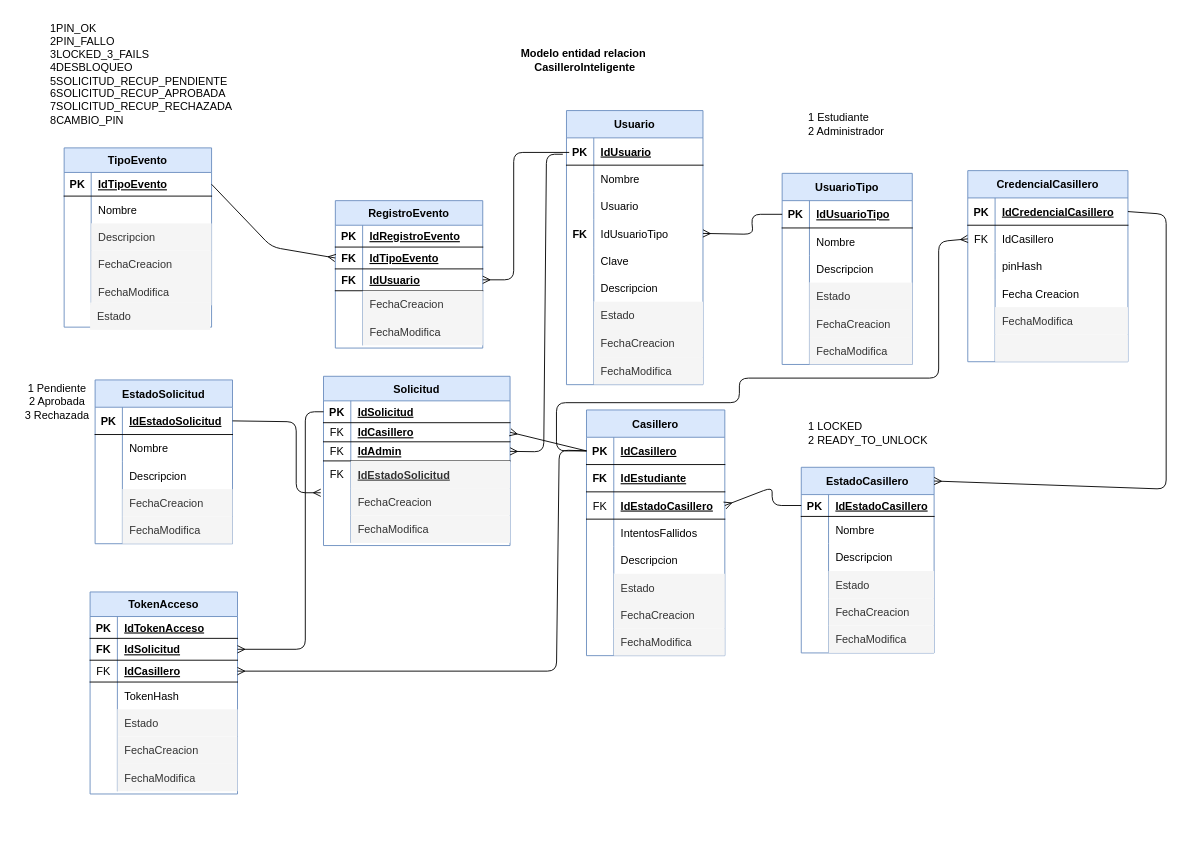
Anthonio16/casilleroInteligente keeps this draw.io diagram as Design/03_MER.dio. Above is the earlier version. Source tidied: cells renumbered, new cells numbered last; positions are measured from the earlier drawing's top-left corner, leaving out a move shared by most shapes. Both pictures are drawn from the tidied source at 91%, with x=0, y=0 at pixel (15, 15).
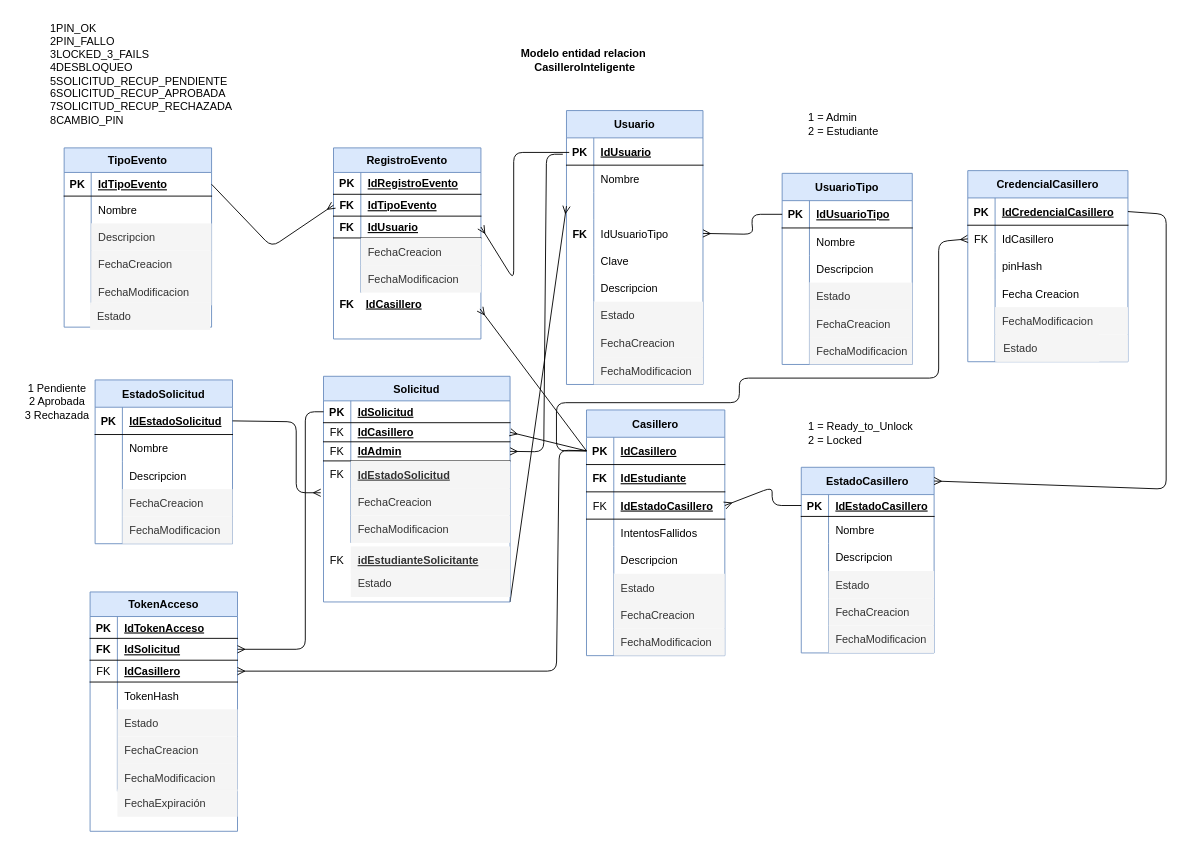
The same diagram, later.

Commit message (it also covers changes not shown here):
Refactor entity relationship model: update labels for clarity, correct spelling of "FechaModificacion", and enhance diagram structure with additional fields and connections.

The change refers to these unchanged cells:
```xml
<mxCell id="17" style="shape=tableRow;horizontal=0;startSize=0;swimlaneHead=0;swimlaneBody=0;fillColor=none;top=0;left=0;right=0;bottom=0;" parent="4" vertex="1">
  <mxGeometry y="150" width="176" height="30" as="geometry" />
</mxCell>
<mxCell id="39" style="shape=tableRow;horizontal=0;startSize=0;swimlaneHead=0;swimlaneBody=0;fillColor=none;top=0;left=0;right=0;bottom=0;" parent="23" vertex="1">
  <mxGeometry y="180" width="143" height="30" as="geometry" />
</mxCell>
<mxCell id="49" style="shape=tableRow;horizontal=0;startSize=0;swimlaneHead=0;swimlaneBody=0;fillColor=none;points=[[0,0.5],[1,0.5]];portConstraint=eastwest;top=0;left=0;right=0;bottom=0;" parent="42" vertex="1">
  <mxGeometry y="90" width="150" height="30" as="geometry" />
</mxCell>
<mxCell id="67" style="shape=tableRow;horizontal=0;startSize=0;swimlaneHead=0;swimlaneBody=0;fillColor=none;top=0;left=0;right=0;bottom=0;" parent="42" vertex="1">
  <mxGeometry y="271" width="150" height="30" as="geometry" />
</mxCell>
<mxCell id="86" style="shape=tableRow;horizontal=0;startSize=0;swimlaneHead=0;swimlaneBody=0;fillColor=none;top=0;left=0;right=0;bottom=0;" parent="70" vertex="1">
  <mxGeometry y="174" width="146" height="30" as="geometry" />
</mxCell>
<mxCell id="92" style="shape=tableRow;horizontal=0;startSize=0;swimlaneHead=0;swimlaneBody=0;fillColor=none;points=[[0,0.5],[1,0.5]];portConstraint=eastwest;top=0;left=0;right=0;bottom=1;" parent="91" vertex="1">
  <mxGeometry y="30" width="152" height="30" as="geometry" />
</mxCell>
<mxCell id="113" style="shape=tableRow;horizontal=0;startSize=0;swimlaneHead=0;swimlaneBody=0;fillColor=none;top=0;left=0;right=0;bottom=0;" parent="91" vertex="1">
  <mxGeometry y="240" width="152" height="30" as="geometry" />
</mxCell>
<mxCell id="129" style="shape=tableRow;horizontal=0;startSize=0;swimlaneHead=0;swimlaneBody=0;fillColor=none;top=0;left=0;right=0;bottom=0;" parent="116" vertex="1">
  <mxGeometry y="150" width="151" height="30" as="geometry" />
</mxCell>
<mxCell id="148" style="shape=tableRow;horizontal=0;startSize=0;swimlaneHead=0;swimlaneBody=0;fillColor=none;top=0;left=0;right=0;bottom=0;" parent="132" vertex="1">
  <mxGeometry y="153" width="205" height="30" as="geometry" />
</mxCell>
<mxCell id="170" style="shape=tableRow;horizontal=0;startSize=0;swimlaneHead=0;swimlaneBody=0;fillColor=none;top=0;left=0;right=0;bottom=0;" parent="151" vertex="1">
  <mxGeometry y="189" width="162" height="30" as="geometry" />
</mxCell>
<mxCell id="195" style="shape=tableRow;horizontal=0;startSize=0;swimlaneHead=0;swimlaneBody=0;fillColor=none;top=0;left=0;right=0;bottom=0;" parent="182" vertex="1">
  <mxGeometry y="129" width="162" height="30" as="geometry" />
</mxCell>
<mxCell id="211" style="shape=tableRow;horizontal=0;startSize=0;swimlaneHead=0;swimlaneBody=0;fillColor=none;top=0;left=0;right=0;bottom=0;" parent="198" vertex="1">
  <mxGeometry y="143" width="162" height="30" as="geometry" />
</mxCell>
```

The edit, as a diff of the source:
```diff
@@
-    <mxCell id="3" value="&lt;div&gt;&lt;font color=&quot;#000000&quot;&gt;1 Estudiante&lt;/font&gt;&lt;/div&gt;&lt;div&gt;&lt;font color=&quot;#000000&quot;&gt;2 Administrador&lt;/font&gt;&lt;/div&gt;" style="text;html=1;align=left;verticalAlign=middle;strokeColor=none;fillColor=none;" parent="1" vertex="1">
-      <mxGeometry x="869" y="98" width="101" height="41" as="geometry" />
+    <mxCell id="3" value="&lt;div&gt;&lt;font color=&quot;#000000&quot;&gt;1 = Admin&lt;/font&gt;&lt;/div&gt;&lt;div&gt;&lt;font color=&quot;#000000&quot;&gt;2 = Estudiante&lt;/font&gt;&lt;/div&gt;" style="text;html=1;align=left;verticalAlign=middle;strokeColor=none;fillColor=none;" parent="1" vertex="1">
+      <mxGeometry x="869" y="98" width="97" height="41" as="geometry" />
     </mxCell>
@@
-    <mxCell id="19" value="FechaModifica" style="shape=partialRectangle;fillColor=#f5f5f5;top=0;left=0;bottom=0;right=0;align=left;spacingLeft=6;overflow=hidden;strokeColor=#666666;fontColor=#333333;" parent="17" vertex="1">
+    <mxCell id="19" value="FechaModificacion" style="shape=partialRectangle;fillColor=#f5f5f5;top=0;left=0;bottom=0;right=0;align=left;spacingLeft=6;overflow=hidden;strokeColor=#666666;fontColor=#333333;" parent="17" vertex="1">
       <mxGeometry x="30" width="146" height="30" as="geometry" />
     </mxCell>
@@
-    <mxCell id="41" value="FechaModifica" style="shape=partialRectangle;fillColor=#f5f5f5;top=0;left=0;bottom=0;right=0;align=left;spacingLeft=6;overflow=hidden;strokeColor=#666666;fontColor=#333333;" parent="39" vertex="1">
+    <mxCell id="41" value="FechaModificacion" style="shape=partialRectangle;fillColor=#f5f5f5;top=0;left=0;bottom=0;right=0;align=left;spacingLeft=6;overflow=hidden;strokeColor=#666666;fontColor=#333333;" parent="39" vertex="1">
       <mxGeometry x="30" width="113" height="30" as="geometry" />
     </mxCell>
     <mxCell id="42" value="Usuario" style="shape=table;startSize=30;childLayout=tableLayout;rowLines=0;fontStyle=1;align=center;fillColor=#dae8fc;strokeColor=#6c8ebf;" parent="1" vertex="1">
-      <mxGeometry x="605" y="104" width="150" height="301.2" as="geometry" />
+      <mxGeometry x="605" y="104" width="150" height="301" as="geometry" />
     </mxCell>
@@
-    <mxCell id="51" value="Usuario" style="shape=partialRectangle;fillColor=none;top=0;left=0;bottom=0;right=0;align=left;spacingLeft=6;overflow=hidden;" parent="49" vertex="1">
+    <mxCell id="51" style="shape=partialRectangle;fillColor=none;top=0;left=0;bottom=0;right=0;align=left;spacingLeft=6;overflow=hidden;" parent="49" vertex="1">
       <mxGeometry x="30" width="120" height="30" as="geometry" />
     </mxCell>
@@
-    <mxCell id="69" value="FechaModifica" style="shape=partialRectangle;fillColor=#f5f5f5;top=0;left=0;bottom=0;right=0;align=left;spacingLeft=6;overflow=hidden;strokeColor=#666666;fontColor=#333333;" parent="67" vertex="1">
+    <mxCell id="69" value="FechaModificacion" style="shape=partialRectangle;fillColor=#f5f5f5;top=0;left=0;bottom=0;right=0;align=left;spacingLeft=6;overflow=hidden;strokeColor=#666666;fontColor=#333333;" parent="67" vertex="1">
       <mxGeometry x="30" width="120" height="30" as="geometry" />
     </mxCell>
@@
-    <mxCell id="88" value="FechaModifica" style="shape=partialRectangle;fillColor=#f5f5f5;top=0;left=0;bottom=0;right=0;align=left;spacingLeft=6;overflow=hidden;strokeColor=#666666;fontColor=#333333;" parent="86" vertex="1">
+    <mxCell id="88" value="FechaModificacion" style="shape=partialRectangle;fillColor=#f5f5f5;top=0;left=0;bottom=0;right=0;align=left;spacingLeft=6;overflow=hidden;strokeColor=#666666;fontColor=#333333;" parent="86" vertex="1">
       <mxGeometry x="30" width="116" height="30" as="geometry" />
     </mxCell>
@@
-    <mxCell id="90" value="1 LOCKED&lt;div&gt;2 READY_TO_UNLOCK&lt;/div&gt;" style="text;html=1;align=left;verticalAlign=middle;strokeColor=none;fillColor=none;" parent="1" vertex="1">
-      <mxGeometry x="869" y="438" width="149" height="41" as="geometry" />
+    <mxCell id="90" value="1 = Ready_to_Unlock&lt;div&gt;2 = Locked&lt;/div&gt;" style="text;html=1;align=left;verticalAlign=middle;strokeColor=none;fillColor=none;" parent="1" vertex="1">
+      <mxGeometry x="869" y="438" width="135" height="41" as="geometry" />
     </mxCell>
@@
-    <mxCell id="115" value="FechaModifica" style="shape=partialRectangle;fillColor=#f5f5f5;top=0;left=0;bottom=0;right=0;align=left;spacingLeft=6;overflow=hidden;strokeColor=#666666;fontColor=#333333;" parent="113" vertex="1">
+    <mxCell id="115" value="FechaModificacion" style="shape=partialRectangle;fillColor=#f5f5f5;top=0;left=0;bottom=0;right=0;align=left;spacingLeft=6;overflow=hidden;strokeColor=#666666;fontColor=#333333;" parent="113" vertex="1">
       <mxGeometry x="30" width="122" height="30" as="geometry" />
     </mxCell>
@@
-    <mxCell id="131" value="FechaModifica" style="shape=partialRectangle;fillColor=#f5f5f5;top=0;left=0;bottom=0;right=0;align=left;spacingLeft=6;overflow=hidden;strokeColor=#666666;fontColor=#333333;" parent="129" vertex="1">
+    <mxCell id="131" value="FechaModificacion" style="shape=partialRectangle;fillColor=#f5f5f5;top=0;left=0;bottom=0;right=0;align=left;spacingLeft=6;overflow=hidden;strokeColor=#666666;fontColor=#333333;" parent="129" vertex="1">
       <mxGeometry x="30" width="121" height="30" as="geometry" />
     </mxCell>
+    <mxCell id="220" style="edgeStyle=none;html=1;entryX=0;entryY=0.5;entryDx=0;entryDy=0;endArrow=ERmany;endFill=0;exitX=1;exitY=1;exitDx=0;exitDy=0;" parent="1" edge="1" source="132" target="49">
+      <mxGeometry relative="1" as="geometry" />
+    </mxCell>
     <mxCell id="132" value="Solicitud" style="shape=table;startSize=27;childLayout=tableLayout;rowLines=0;fontStyle=1;align=center;fillColor=#dae8fc;strokeColor=#6c8ebf;" parent="1" vertex="1">
-      <mxGeometry x="338" y="396" width="205" height="186" as="geometry" />
+      <mxGeometry x="338" y="396" width="205" height="248" as="geometry" />
     </mxCell>
@@
-    <mxCell id="150" value="FechaModifica" style="shape=partialRectangle;fillColor=#f5f5f5;top=0;left=0;bottom=0;right=0;align=left;spacingLeft=6;overflow=hidden;strokeColor=#666666;fontColor=#333333;" parent="148" vertex="1">
+    <mxCell id="150" value="FechaModificacion" style="shape=partialRectangle;fillColor=#f5f5f5;top=0;left=0;bottom=0;right=0;align=left;spacingLeft=6;overflow=hidden;strokeColor=#666666;fontColor=#333333;" parent="148" vertex="1">
       <mxGeometry x="30" width="175" height="30" as="geometry" />
     </mxCell>
     <mxCell id="151" value="TokenAcceso" style="shape=table;startSize=27;childLayout=tableLayout;rowLines=0;fontStyle=1;align=center;fillColor=#dae8fc;strokeColor=#6c8ebf;" parent="1" vertex="1">
-      <mxGeometry x="81.5" y="633" width="162" height="222" as="geometry" />
+      <mxGeometry x="81.5" y="633" width="162" height="263" as="geometry" />
     </mxCell>
@@
-    <mxCell id="172" value="FechaModifica" style="shape=partialRectangle;fillColor=#f5f5f5;top=0;left=0;bottom=0;right=0;align=left;spacingLeft=6;overflow=hidden;strokeColor=#666666;fontColor=#333333;" parent="170" vertex="1">
+    <mxCell id="172" value="FechaModificacion" style="shape=partialRectangle;fillColor=#f5f5f5;top=0;left=0;bottom=0;right=0;align=left;spacingLeft=6;overflow=hidden;strokeColor=#666666;fontColor=#333333;" parent="170" vertex="1">
       <mxGeometry x="30" width="132" height="30" as="geometry" />
     </mxCell>
@@
     <mxCell id="182" value="RegistroEvento" style="shape=table;startSize=27;childLayout=tableLayout;rowLines=0;fontStyle=1;align=center;fillColor=#dae8fc;strokeColor=#6c8ebf;" parent="1" vertex="1">
-      <mxGeometry x="351" y="203" width="162" height="162" as="geometry" />
+      <mxGeometry x="349" y="145" width="162" height="210" as="geometry" />
     </mxCell>
@@
-    <mxCell id="197" value="FechaModifica" style="shape=partialRectangle;fillColor=#f5f5f5;top=0;left=0;bottom=0;right=0;align=left;spacingLeft=6;overflow=hidden;strokeColor=#666666;fontColor=#333333;" parent="195" vertex="1">
+    <mxCell id="197" value="FechaModificacion" style="shape=partialRectangle;fillColor=#f5f5f5;top=0;left=0;bottom=0;right=0;align=left;spacingLeft=6;overflow=hidden;strokeColor=#666666;fontColor=#333333;" parent="195" vertex="1">
       <mxGeometry x="30" width="132" height="30" as="geometry" />
     </mxCell>
@@
-    <mxCell id="213" value="FechaModifica" style="shape=partialRectangle;fillColor=#f5f5f5;top=0;left=0;bottom=0;right=0;align=left;spacingLeft=6;overflow=hidden;strokeColor=#666666;fontColor=#333333;" parent="211" vertex="1">
+    <mxCell id="213" value="FechaModificacion" style="shape=partialRectangle;fillColor=#f5f5f5;top=0;left=0;bottom=0;right=0;align=left;spacingLeft=6;overflow=hidden;strokeColor=#666666;fontColor=#333333;" parent="211" vertex="1">
       <mxGeometry x="29.7" width="132.3" height="30" as="geometry" />
     </mxCell>
@@
+    <mxCell id="221" value="Estado" style="shape=partialRectangle;fillColor=#f5f5f5;top=0;left=0;bottom=0;right=0;align=left;spacingLeft=6;overflow=hidden;strokeColor=#666666;fontColor=#333333;" parent="1" vertex="1">
+      <mxGeometry x="1077.5" y="350" width="113" height="30" as="geometry" />
+    </mxCell>
+    <mxCell id="222" value="idEstudianteSolicitante" style="shape=partialRectangle;fillColor=#f5f5f5;top=0;left=0;bottom=0;right=0;align=left;spacingLeft=6;overflow=hidden;strokeColor=#666666;fontColor=#333333;fontStyle=5;" parent="1" vertex="1">
+      <mxGeometry x="368" y="583" width="175" height="30" as="geometry" />
+    </mxCell>
+    <mxCell id="223" value="FK" style="shape=partialRectangle;fillColor=none;top=0;left=0;bottom=0;right=0;fontStyle=0;overflow=hidden;" parent="1" vertex="1">
+      <mxGeometry x="338" y="587.5" width="30" height="21" as="geometry" />
+    </mxCell>
+    <mxCell id="224" value="Estado" style="shape=partialRectangle;fillColor=#f5f5f5;top=0;left=0;bottom=0;right=0;align=left;spacingLeft=6;overflow=hidden;strokeColor=#666666;fontColor=#333333;" parent="1" vertex="1">
+      <mxGeometry x="368" y="608.5" width="175" height="30" as="geometry" />
+    </mxCell>
+    <mxCell id="225" value="FechaExpiración" style="shape=partialRectangle;fillColor=#f5f5f5;top=0;left=0;bottom=0;right=0;align=left;spacingLeft=6;overflow=hidden;strokeColor=#666666;fontColor=#333333;" parent="1" vertex="1">
+      <mxGeometry x="111.5" y="850" width="132" height="30" as="geometry" />
+    </mxCell>
+    <mxCell id="226" value="IdCasillero" style="shape=partialRectangle;fillColor=none;top=0;left=0;bottom=0;right=0;align=left;spacingLeft=6;fontStyle=5;overflow=hidden;" parent="1" vertex="1">
+      <mxGeometry x="377" y="304" width="132" height="24" as="geometry" />
+    </mxCell>
+    <mxCell id="227" value="FK" style="shape=partialRectangle;fillColor=none;top=0;left=0;bottom=0;right=0;fontStyle=1;overflow=hidden;" parent="1" vertex="1">
+      <mxGeometry x="349" y="304" width="30" height="24" as="geometry" />
+    </mxCell>
+    <mxCell id="228" style="html=1;endArrow=ERmany;endFill=0;exitX=0;exitY=0.5;exitDx=0;exitDy=0;" parent="1" edge="1" source="92">
+      <mxGeometry relative="1" as="geometry">
+        <mxPoint x="510" y="322" as="targetPoint" />
+      </mxGeometry>
+    </mxCell>
```
